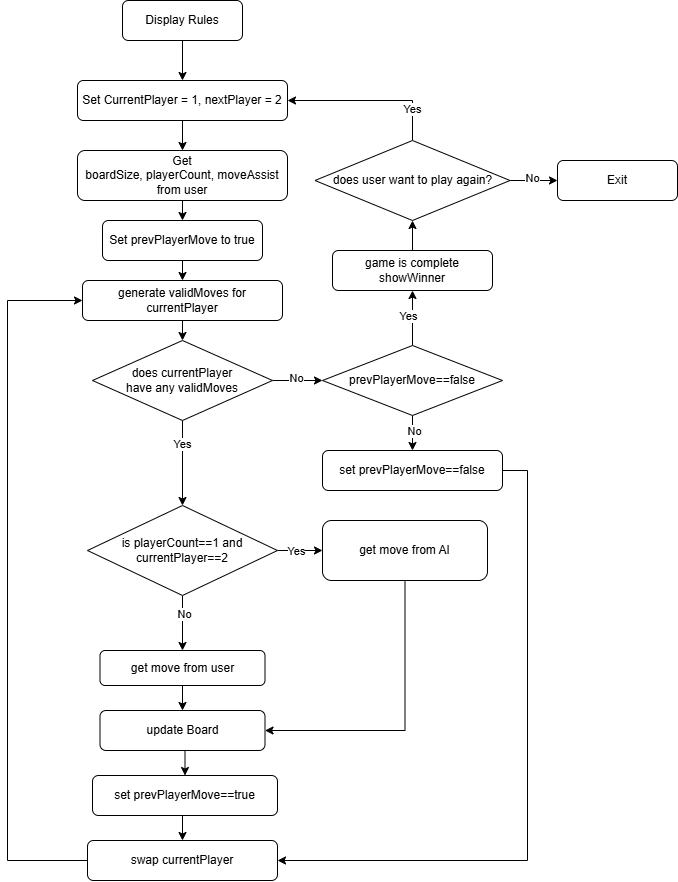
Earlier version of the draw.io export othello_flow.png (rkaganda/over_engineered_othello_redux). Source tidied: cells renumbered, new cells last; positions are measured from the earlier drawing's top-left corner, leaving out a move shared by most shapes. Its diagram source:
```xml
<mxGraphModel>
  <root>
    <mxCell id="0" />
    <mxCell id="1" parent="0" />
    <mxCell id="2" style="edgeStyle=orthogonalEdgeStyle;rounded=0;jettySize=auto;html=1;entryX=0.5;entryY=0;entryDx=0;entryDy=0;" parent="1" edge="1" source="3" target="9">
      <mxGeometry relative="1" as="geometry" />
    </mxCell>
    <mxCell id="3" value="Display Rules" style="rounded=1;whiteSpace=wrap;html=1;fontSize=12;glass=0;strokeWidth=1;shadow=0;" parent="1" vertex="1">
      <mxGeometry x="115" width="120" height="40" as="geometry" />
    </mxCell>
    <mxCell id="4" style="edgeStyle=orthogonalEdgeStyle;rounded=0;jettySize=auto;html=1;exitX=0.5;exitY=1;exitDx=0;exitDy=0;entryX=0.5;entryY=0;entryDx=0;entryDy=0;" parent="1" edge="1" source="5" target="7">
      <mxGeometry relative="1" as="geometry" />
    </mxCell>
    <mxCell id="5" value="Get &lt;br&gt;boardSize, playerCount, moveAssist&lt;br&gt;from user" style="rounded=1;whiteSpace=wrap;html=1;fontSize=12;glass=0;strokeWidth=1;shadow=0;" parent="1" vertex="1">
      <mxGeometry x="70" y="150" width="210" height="50" as="geometry" />
    </mxCell>
    <mxCell id="6" style="edgeStyle=orthogonalEdgeStyle;rounded=0;jettySize=auto;html=1;exitX=0.5;exitY=1;exitDx=0;exitDy=0;entryX=0.5;entryY=0;entryDx=0;entryDy=0;" parent="1" edge="1" source="7" target="11">
      <mxGeometry relative="1" as="geometry" />
    </mxCell>
    <mxCell id="7" value="Set prevPlayerMove to true" style="rounded=1;whiteSpace=wrap;html=1;fontSize=12;glass=0;strokeWidth=1;shadow=0;" parent="1" vertex="1">
      <mxGeometry x="95" y="220" width="160" height="40" as="geometry" />
    </mxCell>
    <mxCell id="8" style="edgeStyle=orthogonalEdgeStyle;rounded=0;jettySize=auto;html=1;exitX=0.5;exitY=1;exitDx=0;exitDy=0;entryX=0.5;entryY=0;entryDx=0;entryDy=0;" parent="1" edge="1" source="9" target="5">
      <mxGeometry relative="1" as="geometry" />
    </mxCell>
    <mxCell id="9" value="Set CurrentPlayer = 1, nextPlayer = 2" style="rounded=1;whiteSpace=wrap;html=1;fontSize=12;glass=0;strokeWidth=1;shadow=0;" parent="1" vertex="1">
      <mxGeometry x="70" y="80" width="210" height="40" as="geometry" />
    </mxCell>
    <mxCell id="10" style="edgeStyle=orthogonalEdgeStyle;rounded=0;jettySize=auto;html=1;exitX=0.5;exitY=1;exitDx=0;exitDy=0;entryX=0.5;entryY=0;entryDx=0;entryDy=0;" parent="1" edge="1" source="11" target="16">
      <mxGeometry relative="1" as="geometry" />
    </mxCell>
    <mxCell id="11" value="generate validMoves for currentPlayer" style="rounded=1;whiteSpace=wrap;html=1;fontSize=12;glass=0;strokeWidth=1;shadow=0;" parent="1" vertex="1">
      <mxGeometry x="75" y="280" width="200" height="40" as="geometry" />
    </mxCell>
    <mxCell id="12" style="edgeStyle=orthogonalEdgeStyle;rounded=0;jettySize=auto;html=1;exitX=1;exitY=0.5;exitDx=0;exitDy=0;entryX=0;entryY=0.5;entryDx=0;entryDy=0;" parent="1" edge="1" source="16" target="21">
      <mxGeometry relative="1" as="geometry" />
    </mxCell>
    <mxCell id="13" value="No" style="edgeLabel;html=1;align=center;verticalAlign=middle;" parent="12" vertex="1">
      <mxGeometry x="-0.08" y="2" relative="1" as="geometry" />
    </mxCell>
    <mxCell id="14" style="edgeStyle=orthogonalEdgeStyle;rounded=0;jettySize=auto;html=1;" parent="1" edge="1" source="16" target="26">
      <mxGeometry relative="1" as="geometry" />
    </mxCell>
    <mxCell id="15" value="Yes" style="edgeLabel;html=1;align=center;verticalAlign=middle;" parent="14" vertex="1">
      <mxGeometry x="-0.46" relative="1" as="geometry" />
    </mxCell>
    <mxCell id="16" value="does currentPlayer &lt;br&gt;have any validMoves" style="rhombus;whiteSpace=wrap;html=1;" parent="1" vertex="1">
      <mxGeometry x="85" y="340" width="180" height="80" as="geometry" />
    </mxCell>
    <mxCell id="17" style="edgeStyle=orthogonalEdgeStyle;rounded=0;jettySize=auto;html=1;exitX=0.5;exitY=0;exitDx=0;exitDy=0;entryX=0.5;entryY=1;entryDx=0;entryDy=0;" parent="1" edge="1" source="21" target="28">
      <mxGeometry relative="1" as="geometry" />
    </mxCell>
    <mxCell id="18" value="Yes" style="edgeLabel;html=1;align=center;verticalAlign=middle;" parent="17" vertex="1">
      <mxGeometry x="0.05" y="4" relative="1" as="geometry" />
    </mxCell>
    <mxCell id="19" style="edgeStyle=orthogonalEdgeStyle;rounded=0;jettySize=auto;html=1;exitX=0.5;exitY=1;exitDx=0;exitDy=0;entryX=0.5;entryY=0;entryDx=0;entryDy=0;" parent="1" edge="1" source="21" target="42">
      <mxGeometry relative="1" as="geometry" />
    </mxCell>
    <mxCell id="20" value="No" style="edgeLabel;html=1;align=center;verticalAlign=middle;" parent="19" vertex="1">
      <mxGeometry x="-0.03" y="2" relative="1" as="geometry">
        <mxPoint y="-1" as="offset" />
      </mxGeometry>
    </mxCell>
    <mxCell id="21" value="prevPlayerMove==false" style="rhombus;whiteSpace=wrap;html=1;" parent="1" vertex="1">
      <mxGeometry x="315" y="345" width="180" height="70" as="geometry" />
    </mxCell>
    <mxCell id="22" style="edgeStyle=orthogonalEdgeStyle;rounded=0;jettySize=auto;html=1;exitX=0.5;exitY=1;exitDx=0;exitDy=0;entryX=0.5;entryY=0;entryDx=0;entryDy=0;" parent="1" edge="1" source="26" target="36">
      <mxGeometry relative="1" as="geometry" />
    </mxCell>
    <mxCell id="23" value="No" style="edgeLabel;html=1;align=center;verticalAlign=middle;" parent="22" vertex="1">
      <mxGeometry x="-0.29" y="2" relative="1" as="geometry">
        <mxPoint y="-1" as="offset" />
      </mxGeometry>
    </mxCell>
    <mxCell id="24" style="edgeStyle=orthogonalEdgeStyle;rounded=0;jettySize=auto;html=1;exitX=1;exitY=0.5;exitDx=0;exitDy=0;entryX=0;entryY=0.5;entryDx=0;entryDy=0;" parent="1" edge="1" source="26" target="38">
      <mxGeometry relative="1" as="geometry" />
    </mxCell>
    <mxCell id="25" value="Yes" style="edgeLabel;html=1;align=center;verticalAlign=middle;" parent="24" vertex="1">
      <mxGeometry x="-0.19" y="-1" relative="1" as="geometry" />
    </mxCell>
    <mxCell id="26" value="is playerCount==1 and currentPlayer==2" style="rhombus;whiteSpace=wrap;html=1;" parent="1" vertex="1">
      <mxGeometry x="80" y="505" width="190" height="90" as="geometry" />
    </mxCell>
    <mxCell id="27" style="edgeStyle=orthogonalEdgeStyle;rounded=0;jettySize=auto;html=1;exitX=0.5;exitY=0;exitDx=0;exitDy=0;entryX=0.5;entryY=1;entryDx=0;entryDy=0;" parent="1" edge="1" source="28" target="33">
      <mxGeometry relative="1" as="geometry" />
    </mxCell>
    <mxCell id="28" value="game is complete&lt;br&gt;showWinner" style="rounded=1;whiteSpace=wrap;html=1;" parent="1" vertex="1">
      <mxGeometry x="325" y="250" width="160" height="40" as="geometry" />
    </mxCell>
    <mxCell id="29" style="edgeStyle=orthogonalEdgeStyle;rounded=0;jettySize=auto;html=1;exitX=0.5;exitY=0;exitDx=0;exitDy=0;entryX=1;entryY=0.5;entryDx=0;entryDy=0;" parent="1" edge="1" source="33" target="9">
      <mxGeometry relative="1" as="geometry" />
    </mxCell>
    <mxCell id="30" value="Yes" style="edgeLabel;html=1;align=center;verticalAlign=middle;" parent="29" vertex="1">
      <mxGeometry x="-0.61" relative="1" as="geometry" />
    </mxCell>
    <mxCell id="31" style="edgeStyle=orthogonalEdgeStyle;rounded=0;jettySize=auto;html=1;exitX=1;exitY=0.5;exitDx=0;exitDy=0;entryX=0;entryY=0.5;entryDx=0;entryDy=0;" parent="1" edge="1" source="33" target="34">
      <mxGeometry relative="1" as="geometry" />
    </mxCell>
    <mxCell id="32" value="No" style="edgeLabel;html=1;align=center;verticalAlign=middle;" parent="31" vertex="1">
      <mxGeometry x="-0.09" y="2" relative="1" as="geometry" />
    </mxCell>
    <mxCell id="33" value="does user want to play again?" style="rhombus;whiteSpace=wrap;html=1;" parent="1" vertex="1">
      <mxGeometry x="307.5" y="140" width="195" height="80" as="geometry" />
    </mxCell>
    <mxCell id="34" value="Exit" style="rounded=1;whiteSpace=wrap;html=1;" parent="1" vertex="1">
      <mxGeometry x="550" y="160" width="120" height="40" as="geometry" />
    </mxCell>
    <mxCell id="35" style="edgeStyle=orthogonalEdgeStyle;rounded=0;jettySize=auto;html=1;exitX=0.5;exitY=1;exitDx=0;exitDy=0;entryX=0.5;entryY=0;entryDx=0;entryDy=0;" parent="1" edge="1" source="36" target="40">
      <mxGeometry relative="1" as="geometry" />
    </mxCell>
    <mxCell id="36" value="get move from user" style="rounded=1;whiteSpace=wrap;html=1;" parent="1" vertex="1">
      <mxGeometry x="92.5" y="650" width="165" height="35" as="geometry" />
    </mxCell>
    <mxCell id="37" style="edgeStyle=orthogonalEdgeStyle;rounded=0;jettySize=auto;html=1;exitX=0.5;exitY=1;exitDx=0;exitDy=0;entryX=1;entryY=0.5;entryDx=0;entryDy=0;" parent="1" edge="1" source="38" target="40">
      <mxGeometry relative="1" as="geometry" />
    </mxCell>
    <mxCell id="38" value="get move from AI" style="rounded=1;whiteSpace=wrap;html=1;" parent="1" vertex="1">
      <mxGeometry x="315" y="520" width="165" height="60" as="geometry" />
    </mxCell>
    <mxCell id="39" style="edgeStyle=orthogonalEdgeStyle;rounded=0;jettySize=auto;html=1;exitX=0.5;exitY=1;exitDx=0;exitDy=0;entryX=0.5;entryY=0;entryDx=0;entryDy=0;" parent="1" edge="1" source="40" target="44">
      <mxGeometry relative="1" as="geometry" />
    </mxCell>
    <mxCell id="40" value="update Board" style="rounded=1;whiteSpace=wrap;html=1;" parent="1" vertex="1">
      <mxGeometry x="92.5" y="710" width="165" height="40" as="geometry" />
    </mxCell>
    <mxCell id="41" style="edgeStyle=orthogonalEdgeStyle;rounded=0;jettySize=auto;html=1;exitX=1;exitY=0.5;exitDx=0;exitDy=0;entryX=1;entryY=0.5;entryDx=0;entryDy=0;" parent="1" edge="1" source="42" target="46">
      <mxGeometry relative="1" as="geometry">
        <Array as="points">
          <mxPoint x="520" y="470" />
          <mxPoint x="520" y="860" />
        </Array>
      </mxGeometry>
    </mxCell>
    <mxCell id="42" value="set prevPlayerMove==false" style="rounded=1;whiteSpace=wrap;html=1;" parent="1" vertex="1">
      <mxGeometry x="315" y="450" width="180" height="40" as="geometry" />
    </mxCell>
    <mxCell id="43" style="edgeStyle=orthogonalEdgeStyle;rounded=0;jettySize=auto;html=1;exitX=0.5;exitY=1;exitDx=0;exitDy=0;entryX=0.5;entryY=0;entryDx=0;entryDy=0;" parent="1" edge="1" source="44" target="46">
      <mxGeometry relative="1" as="geometry" />
    </mxCell>
    <mxCell id="44" value="set prevPlayerMove==true" style="rounded=1;whiteSpace=wrap;html=1;" parent="1" vertex="1">
      <mxGeometry x="85" y="775" width="185" height="40" as="geometry" />
    </mxCell>
    <mxCell id="45" style="edgeStyle=orthogonalEdgeStyle;rounded=0;jettySize=auto;html=1;exitX=0;exitY=0.5;exitDx=0;exitDy=0;entryX=0;entryY=0.5;entryDx=0;entryDy=0;" parent="1" edge="1" source="46" target="11">
      <mxGeometry relative="1" as="geometry">
        <Array as="points">
          <mxPoint y="860" />
          <mxPoint y="300" />
        </Array>
      </mxGeometry>
    </mxCell>
    <mxCell id="46" value="swap currentPlayer" style="rounded=1;whiteSpace=wrap;html=1;" parent="1" vertex="1">
      <mxGeometry x="80" y="840" width="190" height="40" as="geometry" />
    </mxCell>
  </root>
</mxGraphModel>
```
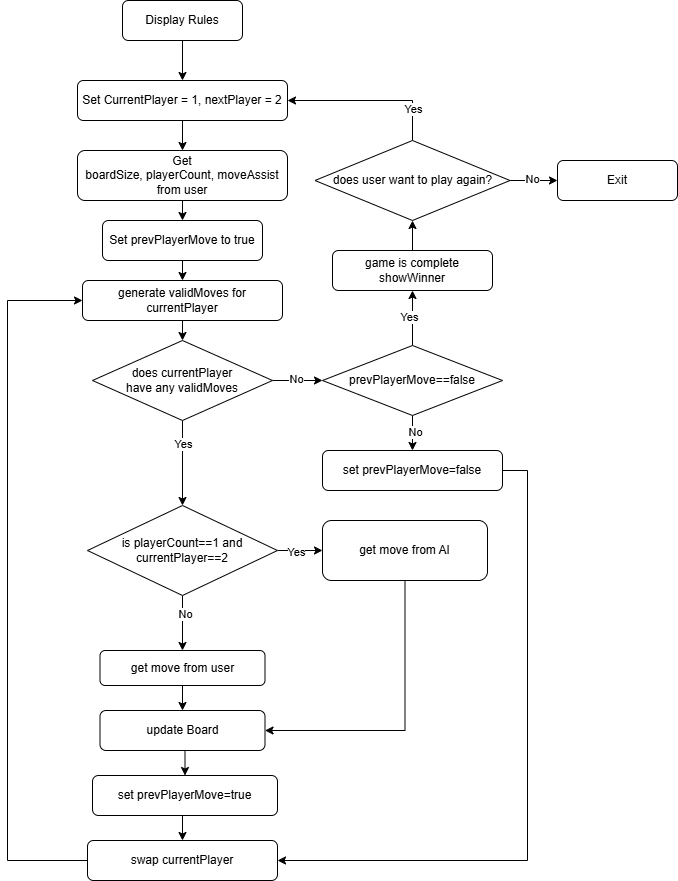
The same diagram one commit later.

Commit message:
changed == to = in flow pdf and png

Diff of the diagram source:
```diff
@@ -131,13 +131,13 @@
         </Array>
       </mxGeometry>
     </mxCell>
-    <mxCell id="42" value="set prevPlayerMove==false" style="rounded=1;whiteSpace=wrap;html=1;" parent="1" vertex="1">
+    <mxCell id="42" value="set prevPlayerMove=false" style="rounded=1;whiteSpace=wrap;html=1;" parent="1" vertex="1">
       <mxGeometry x="315" y="450" width="180" height="40" as="geometry" />
     </mxCell>
     <mxCell id="43" style="edgeStyle=orthogonalEdgeStyle;rounded=0;jettySize=auto;html=1;exitX=0.5;exitY=1;exitDx=0;exitDy=0;entryX=0.5;entryY=0;entryDx=0;entryDy=0;" parent="1" edge="1" source="44" target="46">
       <mxGeometry relative="1" as="geometry" />
     </mxCell>
-    <mxCell id="44" value="set prevPlayerMove==true" style="rounded=1;whiteSpace=wrap;html=1;" parent="1" vertex="1">
+    <mxCell id="44" value="set prevPlayerMove=true" style="rounded=1;whiteSpace=wrap;html=1;" parent="1" vertex="1">
       <mxGeometry x="85" y="775" width="185" height="40" as="geometry" />
     </mxCell>
     <mxCell id="45" style="edgeStyle=orthogonalEdgeStyle;rounded=0;jettySize=auto;html=1;exitX=0;exitY=0.5;exitDx=0;exitDy=0;entryX=0;entryY=0.5;entryDx=0;entryDy=0;" parent="1" edge="1" source="46" target="11">
```
